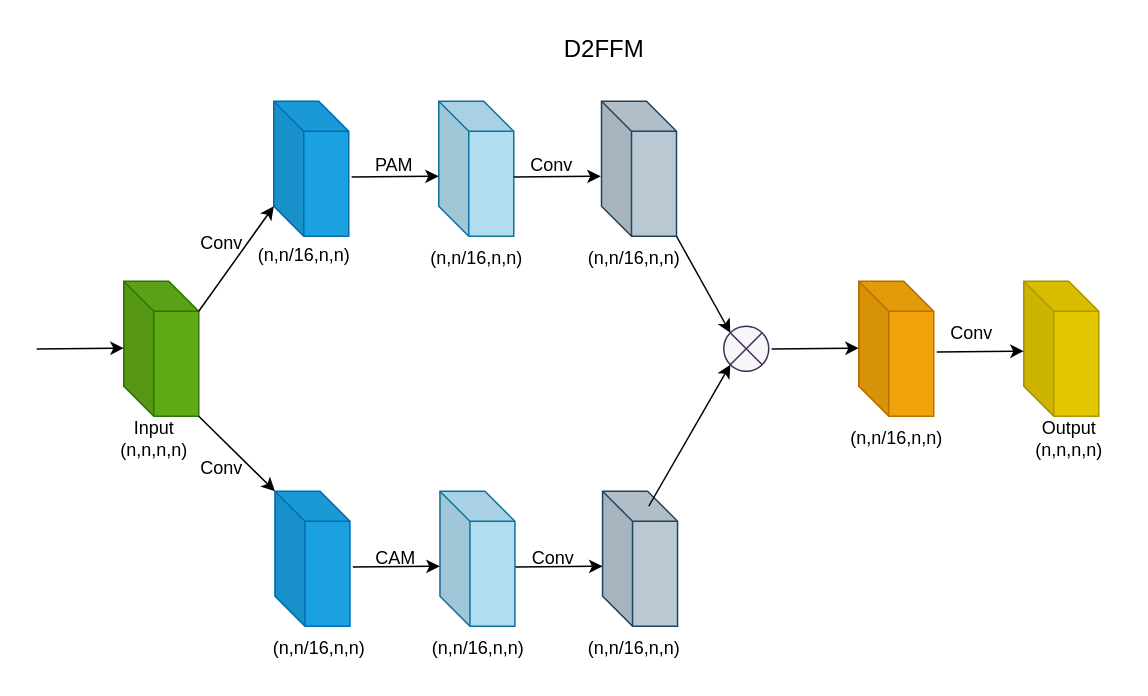
Before: 结题3.drawio in mingking111/draw-, a draw.io diagram. Source tidied: cells renumbered, new cells numbered last; positions are measured from the earlier drawing's top-left corner, leaving out a move shared by most shapes. Both pictures are drawn from the tidied source at 150%, with x=0, y=0 at pixel (36, 26).
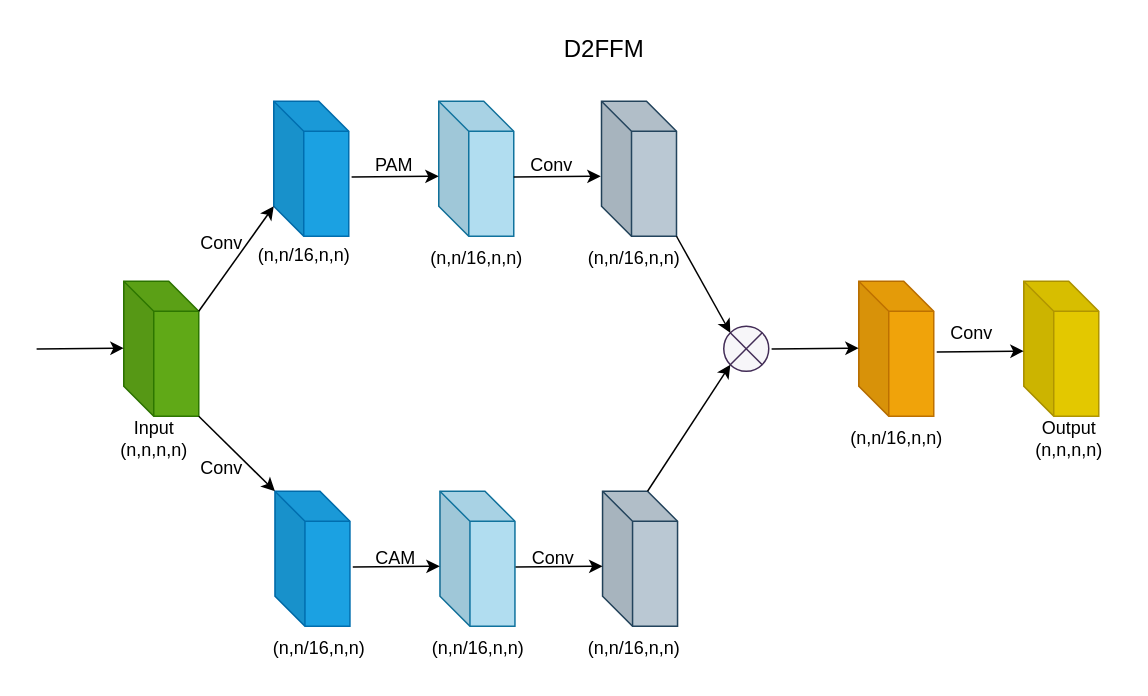
The same diagram, later.

Unchanged cells that the change refers to:
```xml
<mxCell id="8" style="shape=cube;whiteSpace=wrap;html=1;boundedLbl=1;backgroundOutline=1;darkOpacity=0.05;darkOpacity2=0.1;fillColor=#bac8d3;strokeColor=#23445d;" parent="1" vertex="1">
  <mxGeometry x="377.2" y="310" width="50" height="90" as="geometry" />
</mxCell>
<mxCell id="9" style="shape=sumEllipse;perimeter=ellipsePerimeter;whiteSpace=wrap;html=1;backgroundOutline=1;fillColor=light-dark(#f7f6f9, #a18eb3);fontColor=#ffffff;strokeColor=#432D57;" parent="1" vertex="1">
  <mxGeometry x="458" y="200" width="30" height="30" as="geometry" />
</mxCell>
```

Diff of the diagram source:
```diff
@@
-    <mxCell id="28" style="endArrow=classic;html=1;rounded=0;entryX=0;entryY=1;entryDx=0;entryDy=0;" parent="1" edge="1" target="9">
-      <mxGeometry relative="1" as="geometry">
-        <mxPoint x="408" y="320" as="sourcePoint" />
-      </mxGeometry>
+    <mxCell id="28" style="endArrow=classic;html=1;rounded=0;entryX=0;entryY=1;entryDx=0;entryDy=0;exitX=0;exitY=0;exitDx=30;exitDy=0;exitPerimeter=0;" parent="1" edge="1" source="8" target="9">
+      <mxGeometry relative="1" as="geometry" />
     </mxCell>
```
